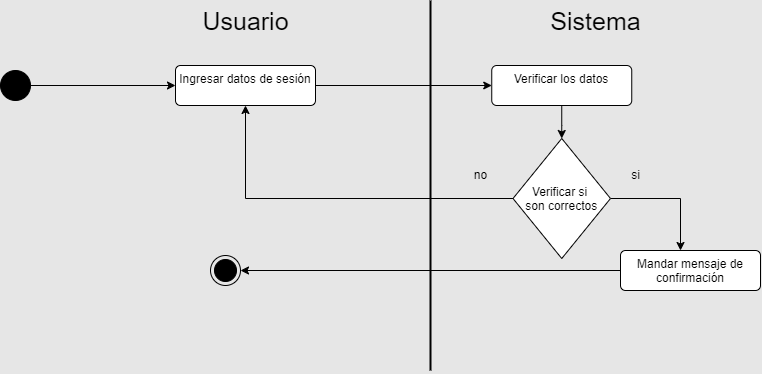
CH3MOO/SpecialityX keeps this draw.io diagram as Diagrama de actividad/Diagrama de Inicio de sesión.drawio.png. Above is the earlier version. Source tidied: cells renumbered, new cells last; positions are measured from the earlier drawing's top-left corner, leaving out a move shared by most shapes.
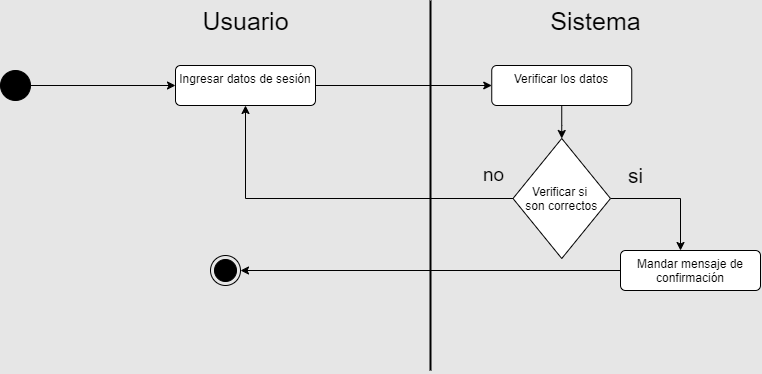
After the commit.

The edit, as a diff of the source:
```diff
@@ -51,11 +51,11 @@
     <mxCell id="15" value="Mandar mensaje de confirmación" style="html=1;align=center;verticalAlign=top;rounded=1;absoluteArcSize=1;arcSize=10;dashed=0;whiteSpace=wrap;" parent="1" vertex="1">
       <mxGeometry x="620" y="250" width="140" height="40" as="geometry" />
     </mxCell>
-    <mxCell id="16" value="si" style="text;html=1;align=center;verticalAlign=middle;strokeColor=none;fillColor=none;" parent="1" vertex="1">
-      <mxGeometry x="620" y="160" width="30" height="30" as="geometry" />
+    <mxCell id="16" value="si" style="text;html=1;align=center;verticalAlign=middle;strokeColor=none;fillColor=none;fontSize=21;" parent="1" vertex="1">
+      <mxGeometry x="615" y="155" width="40" height="40" as="geometry" />
     </mxCell>
-    <mxCell id="17" value="no" style="text;html=1;align=center;verticalAlign=middle;strokeColor=none;fillColor=none;" parent="1" vertex="1">
-      <mxGeometry x="460" y="160" width="40" height="30" as="geometry" />
+    <mxCell id="17" value="no" style="text;html=1;align=center;verticalAlign=middle;strokeColor=none;fillColor=none;fontSize=19;" parent="1" vertex="1">
+      <mxGeometry x="472.5" y="155" width="40" height="40" as="geometry" />
     </mxCell>
     <mxCell id="18" style="ellipse;html=1;shape=endState;fillColor=strokeColor;" parent="1" vertex="1">
       <mxGeometry x="210" y="255" width="30" height="30" as="geometry" />
```
